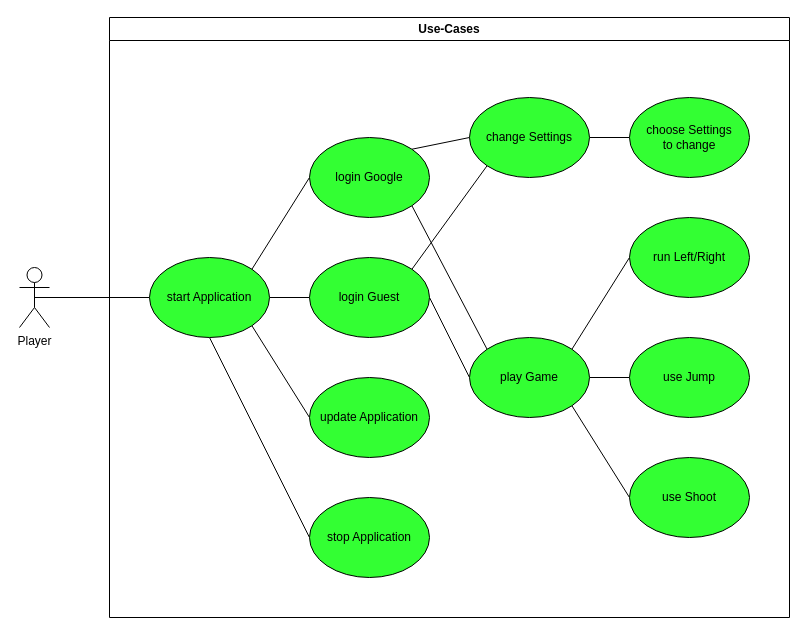
Above: documentation/Use-Case_diagram.drawio in GabrielBalzer/hypercasualgame (draw.io), before the change. Source tidied: cells renumbered, new cells numbered last; positions are measured from the earlier drawing's top-left corner, leaving out a move shared by most shapes. Both pictures are drawn from the tidied source at 100%, with x=0, y=0 at pixel (19, 17).
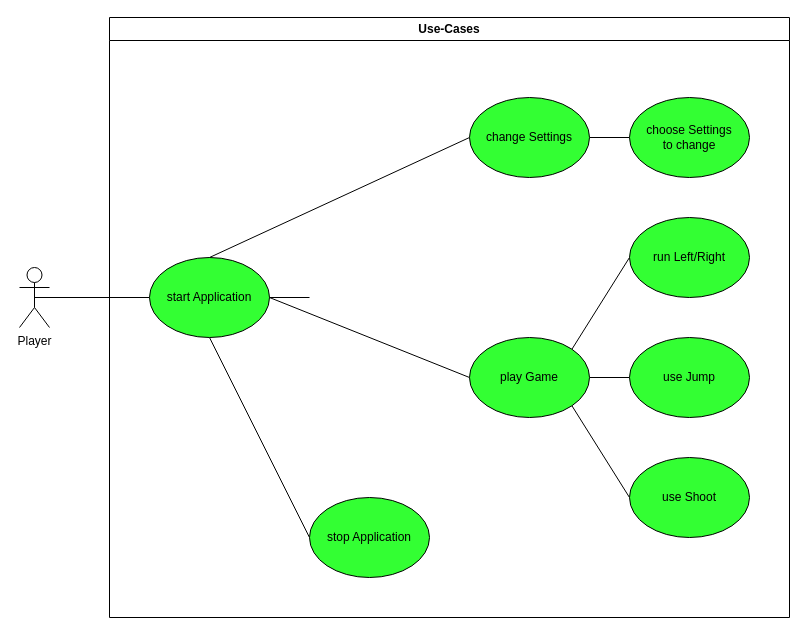
After the change.

The change refers to these unchanged cells:
```xml
<mxCell id="4" value="Use-Cases" style="swimlane;whiteSpace=wrap;" parent="1" vertex="1">
  <mxGeometry x="90" width="680" height="600" as="geometry" />
</mxCell>
<mxCell id="8" value="start Application" style="ellipse;whiteSpace=wrap;html=1;fillColor=#33FF33;" parent="4" vertex="1">
  <mxGeometry x="40" y="240" width="120" height="80" as="geometry" />
</mxCell>
<mxCell id="18" value="change Settings" style="ellipse;whiteSpace=wrap;html=1;fillColor=#33FF33;" parent="4" vertex="1">
  <mxGeometry x="360" y="80" width="120" height="80" as="geometry" />
</mxCell>
<mxCell id="22" value="play Game" style="ellipse;whiteSpace=wrap;html=1;fillColor=#33FF33;" parent="4" vertex="1">
  <mxGeometry x="360" y="320" width="120" height="80" as="geometry" />
</mxCell>
```

Change to the diagram source:
```diff
@@
-<mxGraphModel background="#ffffff">
+<mxGraphModel>
@@
-    <mxCell id="5" style="edgeStyle=none;rounded=0;jettySize=auto;html=1;exitX=1;exitY=0.5;exitDx=0;exitDy=0;endArrow=none;endFill=0;" parent="4" edge="1" source="8" target="15">
-      <mxGeometry relative="1" as="geometry" />
-    </mxCell>
+    <mxCell id="28" style="edgeStyle=none;rounded=0;jettySize=auto;html=1;exitX=1;exitY=0.5;exitDx=0;exitDy=0;endArrow=none;endFill=0;" parent="4" edge="1" source="8">
+      <mxGeometry relative="1" as="geometry">
+        <mxPoint x="200" y="280" as="targetPoint" />
+      </mxGeometry>
+    </mxCell>
@@
-    <mxCell id="7" style="rounded=0;jettySize=auto;html=1;exitX=1;exitY=1;exitDx=0;exitDy=0;entryX=0;entryY=0.5;entryDx=0;entryDy=0;endArrow=none;endFill=0;" parent="4" edge="1" source="8" target="27">
-      <mxGeometry relative="1" as="geometry" />
-    </mxCell>
@@
-    <mxCell id="9" style="edgeStyle=none;rounded=0;jettySize=auto;html=1;exitX=0;exitY=0.5;exitDx=0;exitDy=0;entryX=1;entryY=0;entryDx=0;entryDy=0;endArrow=none;endFill=0;" parent="4" edge="1" source="12" target="8">
-      <mxGeometry relative="1" as="geometry" />
-    </mxCell>
-    <mxCell id="10" style="edgeStyle=none;rounded=0;jettySize=auto;html=1;exitX=1;exitY=0;exitDx=0;exitDy=0;entryX=0;entryY=0.5;entryDx=0;entryDy=0;endArrow=none;endFill=0;" parent="4" edge="1" source="12" target="18">
-      <mxGeometry relative="1" as="geometry" />
-    </mxCell>
-    <mxCell id="11" style="edgeStyle=none;rounded=0;jettySize=auto;html=1;exitX=1;exitY=1;exitDx=0;exitDy=0;entryX=0;entryY=0;entryDx=0;entryDy=0;endArrow=none;endFill=0;" parent="4" edge="1" source="12" target="22">
-      <mxGeometry relative="1" as="geometry" />
-    </mxCell>
-    <mxCell id="12" value="login Google" style="ellipse;whiteSpace=wrap;html=1;fillColor=#33FF33;" parent="4" vertex="1">
-      <mxGeometry x="200" y="120" width="120" height="80" as="geometry" />
-    </mxCell>
-    <mxCell id="13" style="edgeStyle=none;rounded=0;jettySize=auto;html=1;exitX=1;exitY=0.5;exitDx=0;exitDy=0;entryX=0;entryY=0.5;entryDx=0;entryDy=0;endArrow=none;endFill=0;" parent="4" edge="1" source="15" target="22">
-      <mxGeometry relative="1" as="geometry" />
-    </mxCell>
-    <mxCell id="14" style="edgeStyle=none;rounded=0;jettySize=auto;html=1;exitX=1;exitY=0;exitDx=0;exitDy=0;entryX=0;entryY=1;entryDx=0;entryDy=0;endArrow=none;endFill=0;" parent="4" edge="1" source="15" target="18">
-      <mxGeometry relative="1" as="geometry" />
-    </mxCell>
-    <mxCell id="15" value="login Guest" style="ellipse;whiteSpace=wrap;html=1;fillColor=#33FF33;" parent="4" vertex="1">
-      <mxGeometry x="200" y="240" width="120" height="80" as="geometry" />
-    </mxCell>
+    <mxCell id="29" style="edgeStyle=none;rounded=0;jettySize=auto;html=1;exitX=0;exitY=0.5;exitDx=0;exitDy=0;entryX=0.5;entryY=0;entryDx=0;entryDy=0;endArrow=none;endFill=0;" parent="4" edge="1" source="18" target="8">
+      <mxGeometry relative="1" as="geometry" />
+    </mxCell>
+    <mxCell id="30" style="edgeStyle=none;rounded=0;jettySize=auto;html=1;exitX=1;exitY=0.5;exitDx=0;exitDy=0;entryX=0;entryY=0.5;entryDx=0;entryDy=0;endArrow=none;endFill=0;" parent="4" edge="1" source="8" target="22">
+      <mxGeometry relative="1" as="geometry" />
+    </mxCell>
@@
-    <mxCell id="27" value="update Application" style="ellipse;whiteSpace=wrap;html=1;fillColor=#33FF33;" parent="4" vertex="1">
-      <mxGeometry x="200" y="360" width="120" height="80" as="geometry" />
-    </mxCell>
```
